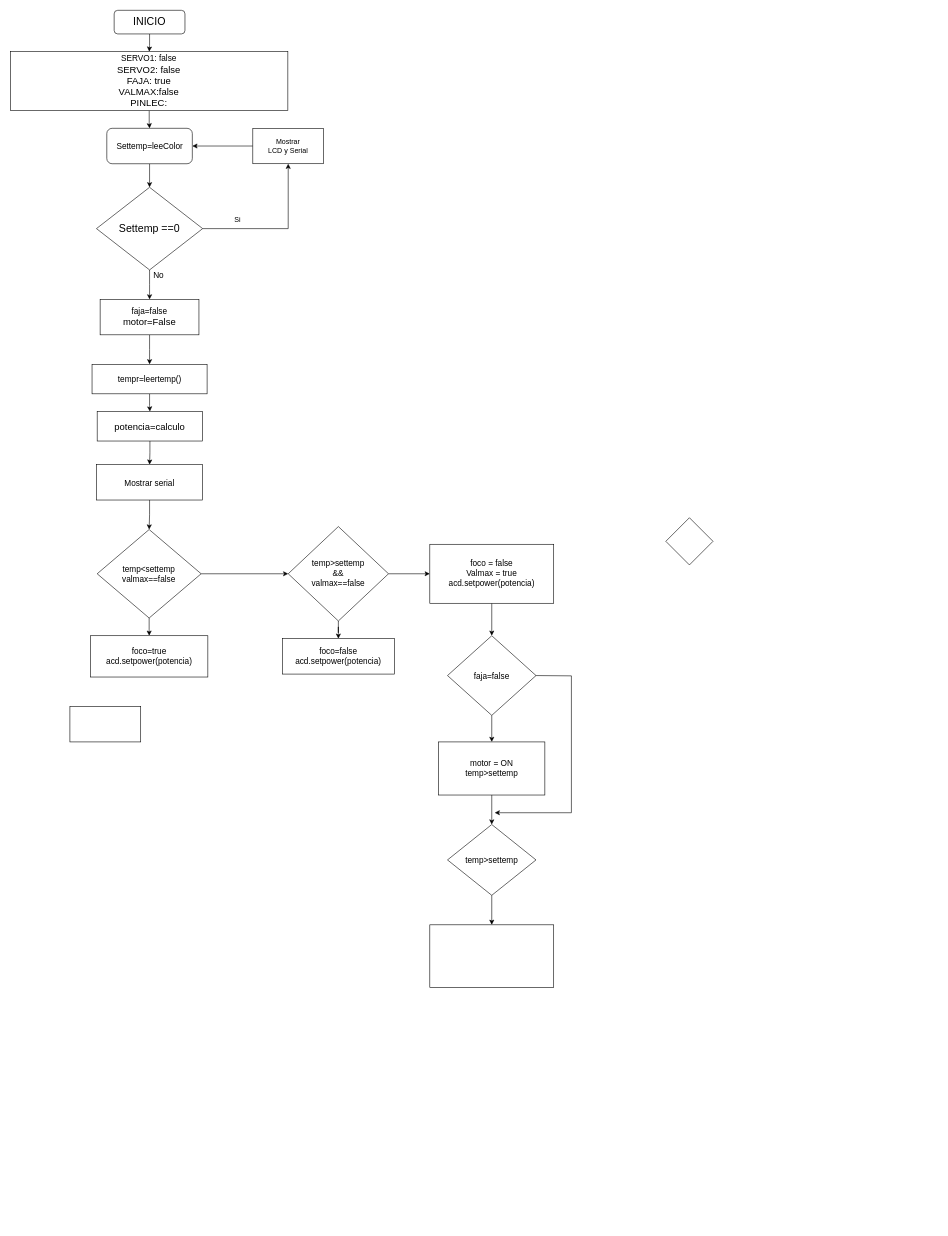
The draw.io diagram Diagrama_d_flujo.drawio in Haroldajnp21/Faja_embebidos_UPAO, before the edit. Source tidied: cells renumbered, new cells numbered last; positions are measured from the earlier drawing's top-left corner, leaving out a move shared by most shapes. Both pictures are drawn from the tidied source at 59%, with x=0, y=0 at pixel (10, 10).
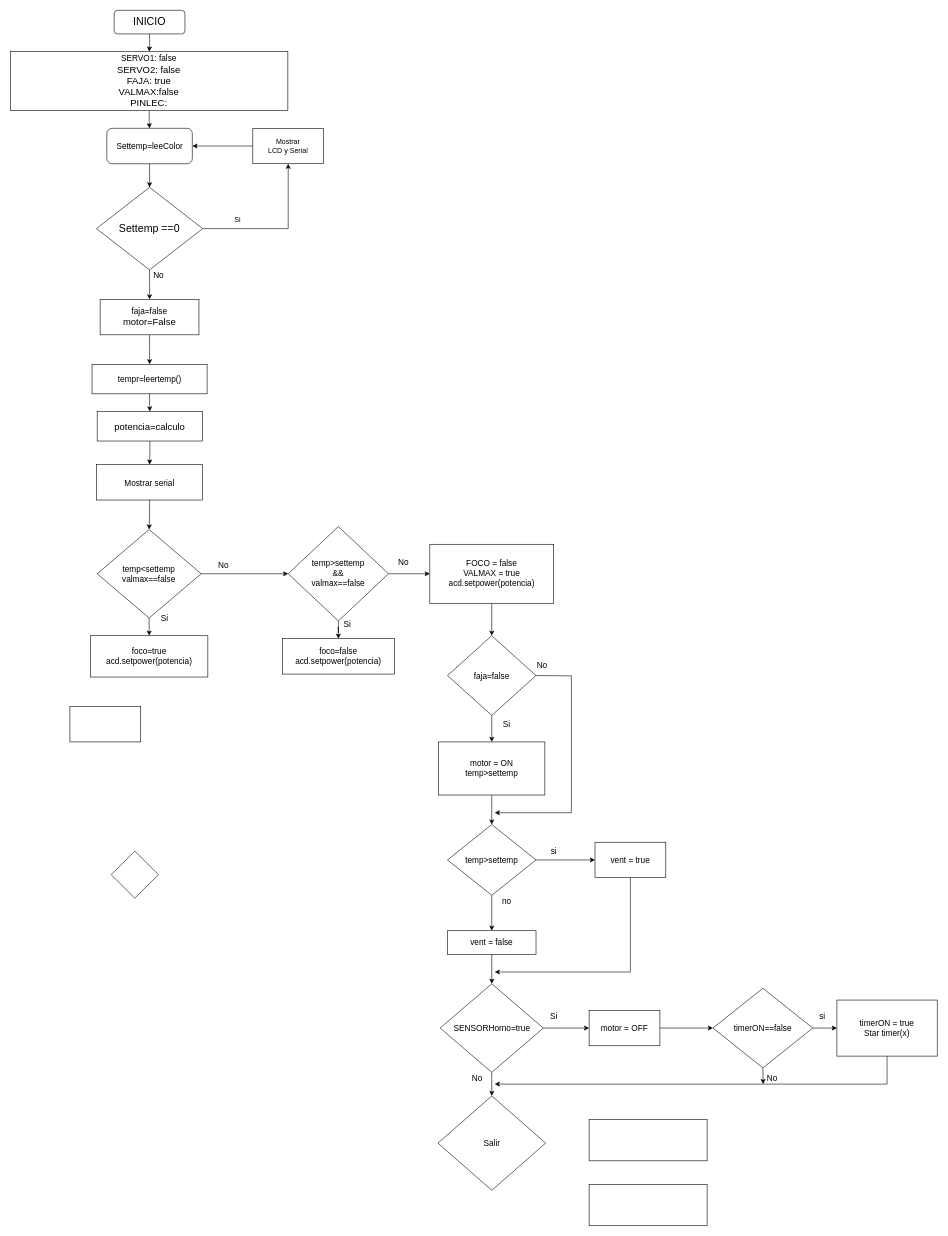
The same diagram, later.

Commit message:
ya falta poco capitan

Unchanged cells that the change refers to:
```xml
<mxCell id="33" value="temp&amp;gt;settemp" style="rhombus;whiteSpace=wrap;html=1;fontSize=14;" parent="1" vertex="1">
  <mxGeometry x="741" y="1380" width="150" height="120" as="geometry" />
</mxCell>
```

Diff of the diagram source:
```diff
@@
-    <mxCell id="31" value="&lt;div&gt;foco = false &lt;br&gt;&lt;/div&gt;&lt;div&gt;Valmax = true&lt;br&gt;&lt;/div&gt;&lt;div&gt;acd.setpower(potencia)&lt;br&gt;&lt;/div&gt;" style="rounded=0;whiteSpace=wrap;html=1;fontSize=14;" parent="1" vertex="1">
+    <mxCell id="31" value="&lt;div&gt;FOCO = false &lt;br&gt;&lt;/div&gt;&lt;div&gt;VALMAX = true&lt;br&gt;&lt;/div&gt;&lt;div&gt;acd.setpower(potencia)&lt;br&gt;&lt;/div&gt;" style="rounded=0;whiteSpace=wrap;html=1;fontSize=14;" parent="1" vertex="1">
       <mxGeometry x="711" y="905" width="210" height="100" as="geometry" />
     </mxCell>
@@
+    <mxCell id="43" style="edgeStyle=orthogonalEdgeStyle;rounded=0;jettySize=auto;html=1;fontSize=14;" parent="1" edge="1" source="33" target="48">
+      <mxGeometry relative="1" as="geometry" />
+    </mxCell>
@@
     <mxCell id="37" style="rhombus;whiteSpace=wrap;html=1;fontSize=14;" parent="1" vertex="1">
-      <mxGeometry x="1111" y="860" width="80" height="80" as="geometry" />
+      <mxGeometry x="171" y="1425" width="80" height="80" as="geometry" />
     </mxCell>
@@
+    <mxCell id="44" style="edgeStyle=orthogonalEdgeStyle;rounded=0;jettySize=auto;html=1;fontSize=14;" parent="1" edge="1" source="42" target="47">
+      <mxGeometry relative="1" as="geometry" />
+    </mxCell>
-    <mxCell id="42" style="rounded=0;whiteSpace=wrap;html=1;fontSize=14;" parent="1" vertex="1">
-      <mxGeometry x="711" y="1550" width="210" height="106" as="geometry" />
+    <mxCell id="42" value="vent = false" style="rounded=0;whiteSpace=wrap;html=1;fontSize=14;" parent="1" vertex="1">
+      <mxGeometry x="741" y="1560" width="150" height="40" as="geometry" />
     </mxCell>
+    <mxCell id="45" style="edgeStyle=orthogonalEdgeStyle;rounded=0;jettySize=auto;html=1;fontSize=14;" parent="1" edge="1" source="47" target="59">
+      <mxGeometry relative="1" as="geometry" />
+    </mxCell>
+    <mxCell id="46" style="edgeStyle=orthogonalEdgeStyle;rounded=0;jettySize=auto;html=1;fontSize=14;" parent="1" edge="1" source="47" target="60">
+      <mxGeometry relative="1" as="geometry" />
+    </mxCell>
+    <mxCell id="47" value="SENSORHorno=true " style="rhombus;whiteSpace=wrap;html=1;fontSize=14;" parent="1" vertex="1">
+      <mxGeometry x="728.5" y="1650" width="175" height="150" as="geometry" />
+    </mxCell>
+    <mxCell id="48" value="vent = true" style="rounded=0;whiteSpace=wrap;html=1;fontSize=14;" parent="1" vertex="1">
+      <mxGeometry x="991" y="1410" width="120" height="60" as="geometry" />
+    </mxCell>
+    <mxCell id="49" style="endArrow=classic;html=1;rounded=0;fontSize=14;exitX=0.5;exitY=1;exitDx=0;exitDy=0;" parent="1" edge="1" source="48">
+      <mxGeometry relative="1" as="geometry">
+        <mxPoint x="821" y="1630" as="targetPoint" />
+        <Array as="points">
+          <mxPoint x="1051" y="1630" />
+        </Array>
+      </mxGeometry>
+    </mxCell>
+    <mxCell id="50" value="si" style="text;html=1;align=center;verticalAlign=middle;strokeColor=none;fillColor=none;fontSize=14;" parent="1" vertex="1">
+      <mxGeometry x="906" y="1410" width="30" height="30" as="geometry" />
+    </mxCell>
+    <mxCell id="51" value="no" style="text;html=1;align=center;verticalAlign=middle;strokeColor=none;fillColor=none;fontSize=14;" parent="1" vertex="1">
+      <mxGeometry x="821" y="1495" width="40" height="30" as="geometry" />
+    </mxCell>
+    <mxCell id="52" value="No" style="text;html=1;align=center;verticalAlign=middle;strokeColor=none;fillColor=none;fontSize=14;" parent="1" vertex="1">
+      <mxGeometry x="881" y="1095" width="40" height="30" as="geometry" />
+    </mxCell>
+    <mxCell id="53" value="Si " style="text;html=1;align=center;verticalAlign=middle;strokeColor=none;fillColor=none;fontSize=14;" parent="1" vertex="1">
+      <mxGeometry x="821" y="1195" width="40" height="30" as="geometry" />
+    </mxCell>
+    <mxCell id="54" value="No" style="text;html=1;align=center;verticalAlign=middle;strokeColor=none;fillColor=none;fontSize=14;" parent="1" vertex="1">
+      <mxGeometry x="646" y="920" width="40" height="30" as="geometry" />
+    </mxCell>
+    <mxCell id="55" value="Si" style="text;html=1;align=center;verticalAlign=middle;strokeColor=none;fillColor=none;fontSize=14;" parent="1" vertex="1">
+      <mxGeometry x="551" y="1025" width="40" height="30" as="geometry" />
+    </mxCell>
+    <mxCell id="56" value="Si" style="text;html=1;align=center;verticalAlign=middle;strokeColor=none;fillColor=none;fontSize=14;" parent="1" vertex="1">
+      <mxGeometry x="241" y="1015" width="40" height="30" as="geometry" />
+    </mxCell>
+    <mxCell id="57" value="No" style="text;html=1;align=center;verticalAlign=middle;strokeColor=none;fillColor=none;fontSize=14;" parent="1" vertex="1">
+      <mxGeometry x="341" y="925" width="40" height="30" as="geometry" />
+    </mxCell>
+    <mxCell id="58" style="edgeStyle=orthogonalEdgeStyle;rounded=0;jettySize=auto;html=1;fontSize=14;" parent="1" edge="1" source="59" target="62">
+      <mxGeometry relative="1" as="geometry" />
+    </mxCell>
+    <mxCell id="59" value="motor = OFF" style="rounded=0;whiteSpace=wrap;html=1;fontSize=14;" parent="1" vertex="1">
+      <mxGeometry x="981" y="1695" width="120" height="60" as="geometry" />
+    </mxCell>
+    <mxCell id="60" value="Salir" style="rhombus;whiteSpace=wrap;html=1;fontSize=14;" parent="1" vertex="1">
+      <mxGeometry x="724.8" y="1840" width="182.5" height="160" as="geometry" />
+    </mxCell>
+    <mxCell id="61" style="edgeStyle=orthogonalEdgeStyle;rounded=0;jettySize=auto;html=1;fontSize=14;" parent="1" edge="1" source="62" target="63">
+      <mxGeometry relative="1" as="geometry" />
+    </mxCell>
+    <mxCell id="62" value="timerON==false" style="rhombus;whiteSpace=wrap;html=1;fontSize=14;" parent="1" vertex="1">
+      <mxGeometry x="1191" y="1657.5" width="169" height="135" as="geometry" />
+    </mxCell>
+    <mxCell id="63" value="&lt;div&gt;timerON = true&lt;/div&gt;&lt;div&gt;Star timer(x)&lt;br&gt;&lt;/div&gt;" style="rounded=0;whiteSpace=wrap;html=1;fontSize=14;" parent="1" vertex="1">
+      <mxGeometry x="1401" y="1677.5" width="170" height="95" as="geometry" />
+    </mxCell>
+    <mxCell id="64" style="endArrow=classic;html=1;rounded=0;fontSize=14;exitX=0.5;exitY=1;exitDx=0;exitDy=0;" parent="1" edge="1" source="63">
+      <mxGeometry relative="1" as="geometry">
+        <mxPoint x="821" y="1820" as="targetPoint" />
+        <Array as="points">
+          <mxPoint x="1486" y="1820" />
+        </Array>
+      </mxGeometry>
+    </mxCell>
+    <mxCell id="65" style="endArrow=classic;html=1;rounded=0;fontSize=14;exitX=0.5;exitY=1;exitDx=0;exitDy=0;" parent="1" edge="1" source="62">
+      <mxGeometry relative="1" as="geometry">
+        <mxPoint x="1276" y="1820" as="targetPoint" />
+      </mxGeometry>
+    </mxCell>
+    <mxCell id="66" value="si" style="text;html=1;align=center;verticalAlign=middle;strokeColor=none;fillColor=none;fontSize=14;" parent="1" vertex="1">
+      <mxGeometry x="1361" y="1690" width="30" height="30" as="geometry" />
+    </mxCell>
+    <mxCell id="67" value="No" style="text;html=1;align=center;verticalAlign=middle;strokeColor=none;fillColor=none;fontSize=14;" parent="1" vertex="1">
+      <mxGeometry x="1271" y="1795" width="40" height="30" as="geometry" />
+    </mxCell>
+    <mxCell id="68" value="Si" style="text;html=1;align=center;verticalAlign=middle;strokeColor=none;fillColor=none;fontSize=14;" parent="1" vertex="1">
+      <mxGeometry x="901" y="1690" width="40" height="30" as="geometry" />
+    </mxCell>
+    <mxCell id="69" value="No" style="text;html=1;align=center;verticalAlign=middle;strokeColor=none;fillColor=none;fontSize=14;" parent="1" vertex="1">
+      <mxGeometry x="771" y="1795" width="40" height="30" as="geometry" />
+    </mxCell>
+    <mxCell id="70" style="rounded=0;whiteSpace=wrap;html=1;fontSize=14;" parent="1" vertex="1">
+      <mxGeometry x="981" y="1880" width="200" height="70" as="geometry" />
+    </mxCell>
+    <mxCell id="71" style="rounded=0;whiteSpace=wrap;html=1;fontSize=14;" parent="1" vertex="1">
+      <mxGeometry x="981" y="1990" width="200" height="70" as="geometry" />
+    </mxCell>
```
